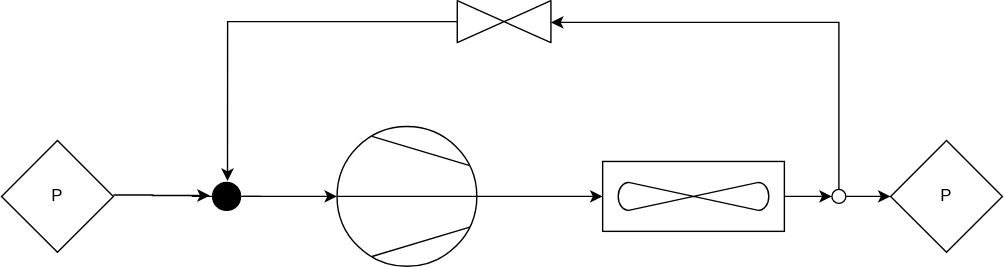
Above: test.drawio.svg in jpSeagull/HelloGit (draw.io), before the change. Source tidied: cells renumbered, new cells last; positions are measured from the earlier drawing's top-left corner, leaving out a move shared by most shapes.
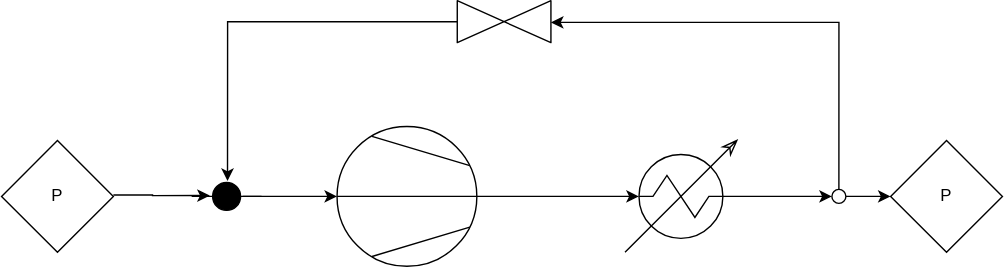
The same file after the commit.

Diff of the diagram source:
```diff
@@ -5,7 +5,7 @@
     <mxCell id="2" value="P" style="rhombus;whiteSpace=wrap;html=1;" parent="1" vertex="1">
       <mxGeometry x="64" y="160" width="80" height="80" as="geometry" />
     </mxCell>
-    <mxCell id="3" style="edgeStyle=orthogonalEdgeStyle;rounded=0;jettySize=auto;html=1;exitX=1;exitY=0.5;exitDx=0;exitDy=0;exitPerimeter=0;" parent="1" edge="1" source="4" target="6">
+    <mxCell id="3" style="edgeStyle=orthogonalEdgeStyle;rounded=0;jettySize=auto;html=1;exitX=1;exitY=0.5;exitDx=0;exitDy=0;exitPerimeter=0;entryX=0.124;entryY=0.5;entryDx=0;entryDy=0;entryPerimeter=0;" parent="1" edge="1" source="4" target="17">
       <mxGeometry relative="1" as="geometry" />
     </mxCell>
     <mxCell id="4" style="shape=mxgraph.pid.compressors_-_iso.compressor_(centrifugal);html=1;align=center;verticalLabelPosition=bottom;verticalAlign=top;dashed=0;" parent="1" vertex="1">
@@ -14,9 +14,6 @@
     <mxCell id="5" style="edgeStyle=orthogonalEdgeStyle;rounded=0;jettySize=auto;html=1;entryX=0;entryY=0.5;entryDx=0;entryDy=0;" parent="1" edge="1" source="14" target="7">
       <mxGeometry relative="1" as="geometry" />
     </mxCell>
-    <mxCell id="6" style="verticalLabelPosition=bottom;outlineConnect=0;align=center;dashed=0;html=1;verticalAlign=top;shape=mxgraph.pid.misc.air_cooler;" parent="1" vertex="1">
-      <mxGeometry x="494" y="175" width="130" height="50" as="geometry" />
-    </mxCell>
     <mxCell id="7" value="P" style="rhombus;whiteSpace=wrap;html=1;" parent="1" vertex="1">
       <mxGeometry x="700" y="160" width="80" height="80" as="geometry" />
     </mxCell>
@@ -43,11 +40,14 @@
     <mxCell id="14" style="ellipse;whiteSpace=wrap;html=1;" parent="1" vertex="1">
       <mxGeometry x="658" y="195" width="10" height="10" as="geometry" />
     </mxCell>
-    <mxCell id="15" style="edgeStyle=orthogonalEdgeStyle;rounded=0;jettySize=auto;html=1;entryX=0;entryY=0.5;entryDx=0;entryDy=0;" parent="1" edge="1" source="6" target="14">
+    <mxCell id="15" style="edgeStyle=orthogonalEdgeStyle;rounded=0;jettySize=auto;html=1;entryX=0;entryY=0.5;entryDx=0;entryDy=0;exitX=0.876;exitY=0.5;exitDx=0;exitDy=0;exitPerimeter=0;" parent="1" edge="1" source="17" target="14">
       <mxGeometry relative="1" as="geometry" />
     </mxCell>
     <mxCell id="16" style="verticalLabelPosition=bottom;align=center;dashed=0;html=1;verticalAlign=top;shape=mxgraph.pid.piping.welded_connection;" parent="1" vertex="1">
       <mxGeometry x="200" y="190" width="50" height="20" as="geometry" />
     </mxCell>
+    <mxCell id="17" style="shape=mxgraph.pid.heat_exchangers.condenser;html=1;align=center;verticalLabelPosition=bottom;verticalAlign=top;dashed=0;" parent="1" vertex="1">
+      <mxGeometry x="510" y="160" width="80" height="80" as="geometry" />
+    </mxCell>
   </root>
 </mxGraphModel>
```
